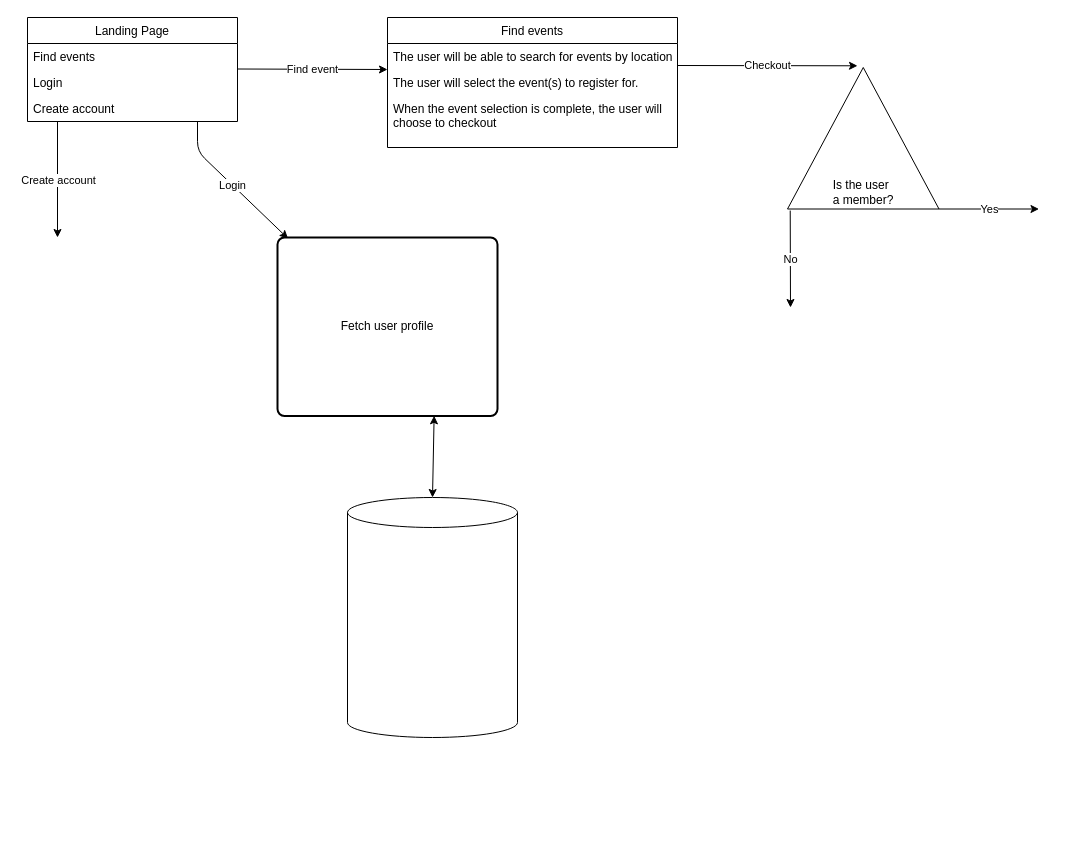
Earlier version of the draw.io diagram Untitled Diagram.drawio (endepointe/EP_EventBookings). Source tidied: cells renumbered, new cells numbered last; positions are measured from the earlier drawing's top-left corner, leaving out a move shared by most shapes. Both pictures are drawn from the tidied source at 100%, with x=0, y=0 at pixel (27, 17).
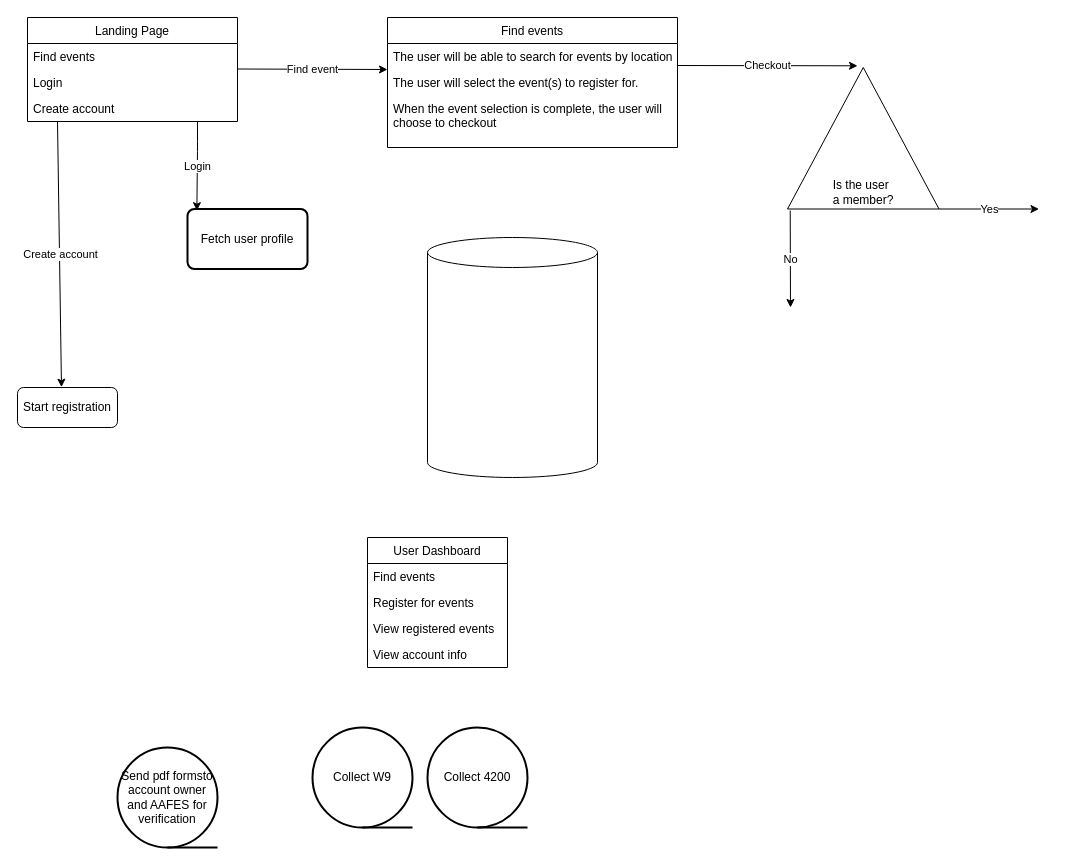
The same diagram, later.

Commit message:
resume next workday

The edit, as a diff of the source:
```diff
@@
-    <mxCell id="6" style="endArrow=classic;html=1;entryX=0.048;entryY=0.006;entryDx=0;entryDy=0;entryPerimeter=0;" parent="1" edge="1" target="21">
+    <mxCell id="6" style="endArrow=classic;html=1;entryX=0.078;entryY=0.028;entryDx=0;entryDy=0;entryPerimeter=0;" parent="1" edge="1" target="21">
       <mxGeometry relative="1" as="geometry">
         <mxPoint x="170" y="104" as="sourcePoint" />
         <Array as="points">
           <mxPoint x="170" y="134" />
         </Array>
       </mxGeometry>
     </mxCell>
@@
-    <mxCell id="8" style="endArrow=classic;html=1;" parent="1" edge="1">
+    <mxCell id="8" style="endArrow=classic;html=1;entryX=0.44;entryY=-0.008;entryDx=0;entryDy=0;entryPerimeter=0;" parent="1" edge="1" target="23">
       <mxGeometry relative="1" as="geometry">
         <mxPoint x="30" y="104" as="sourcePoint" />
-        <mxPoint x="30" y="220" as="targetPoint" />
       </mxGeometry>
     </mxCell>
@@
     <mxCell id="20" style="shape=cylinder3;whiteSpace=wrap;html=1;boundedLbl=1;backgroundOutline=1;size=15;" parent="1" vertex="1">
-      <mxGeometry x="320" y="480" width="170" height="240" as="geometry" />
+      <mxGeometry x="400" y="220" width="170" height="240" as="geometry" />
     </mxCell>
     <mxCell id="21" value="Fetch user profile" style="rounded=1;whiteSpace=wrap;html=1;absoluteArcSize=1;arcSize=14;strokeWidth=2;" parent="1" vertex="1">
-      <mxGeometry x="250" y="220" width="220" height="178.5" as="geometry" />
+      <mxGeometry x="160" y="191.5" width="120" height="60" as="geometry" />
     </mxCell>
-    <mxCell id="22" style="endArrow=classic;startArrow=classic;html=1;exitX=0.712;exitY=0.999;exitDx=0;exitDy=0;exitPerimeter=0;entryX=0.5;entryY=0;entryDx=0;entryDy=0;entryPerimeter=0;" parent="1" edge="1" source="21" target="20">
-      <mxGeometry relative="1" as="geometry" />
-    </mxCell>
+    <mxCell id="23" value="Start registration" style="rounded=1;whiteSpace=wrap;html=1;" parent="1" vertex="1">
+      <mxGeometry x="-10" y="370" width="100" height="40" as="geometry" />
+    </mxCell>
+    <mxCell id="24" value="User Dashboard" style="swimlane;fontStyle=0;horizontal=1;startSize=26;" parent="1" vertex="1">
+      <mxGeometry x="340" y="520" width="140" height="130" as="geometry" />
+    </mxCell>
+    <mxCell id="25" value="Find events" style="text;strokeColor=none;fillColor=none;align=left;verticalAlign=top;spacingLeft=4;spacingRight=4;overflow=hidden;" parent="24" vertex="1">
+      <mxGeometry y="26" width="140" height="26" as="geometry" />
+    </mxCell>
+    <mxCell id="26" value="Register for events" style="text;strokeColor=none;fillColor=none;align=left;verticalAlign=top;spacingLeft=4;spacingRight=4;overflow=hidden;" parent="24" vertex="1">
+      <mxGeometry y="52" width="140" height="26" as="geometry" />
+    </mxCell>
+    <mxCell id="27" value="View registered events" style="text;strokeColor=none;fillColor=none;align=left;verticalAlign=top;spacingLeft=4;spacingRight=4;overflow=hidden;" parent="24" vertex="1">
+      <mxGeometry y="78" width="140" height="26" as="geometry" />
+    </mxCell>
+    <mxCell id="28" value="View account info" style="text;strokeColor=none;fillColor=none;align=left;verticalAlign=top;spacingLeft=4;spacingRight=4;overflow=hidden;" parent="24" vertex="1">
+      <mxGeometry y="104" width="140" height="26" as="geometry" />
+    </mxCell>
+    <mxCell id="29" value="Collect W9" style="strokeWidth=2;html=1;shape=mxgraph.flowchart.sequential_data;whiteSpace=wrap;" parent="1" vertex="1">
+      <mxGeometry x="285" y="710" width="100" height="100" as="geometry" />
+    </mxCell>
+    <mxCell id="30" value="Collect 4200" style="strokeWidth=2;html=1;shape=mxgraph.flowchart.sequential_data;whiteSpace=wrap;" parent="1" vertex="1">
+      <mxGeometry x="400" y="710" width="100" height="100" as="geometry" />
+    </mxCell>
+    <mxCell id="31" value="Send pdf formsto account owner and AAFES for verification" style="strokeWidth=2;html=1;shape=mxgraph.flowchart.sequential_data;whiteSpace=wrap;" parent="1" vertex="1">
+      <mxGeometry x="90" y="730" width="100" height="100" as="geometry" />
+    </mxCell>
```
